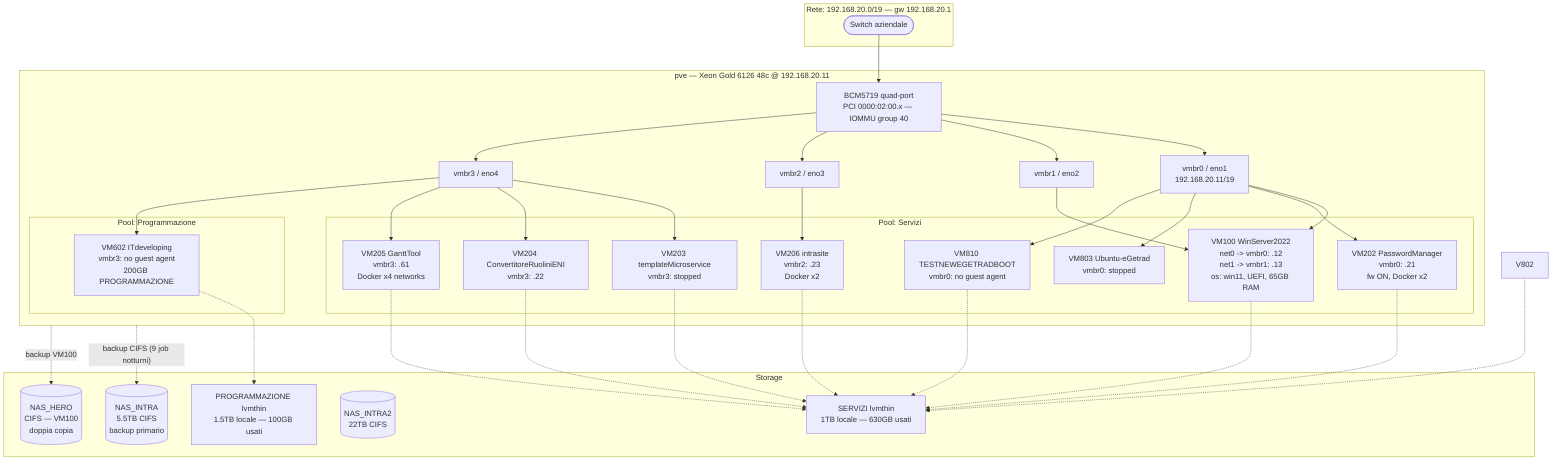
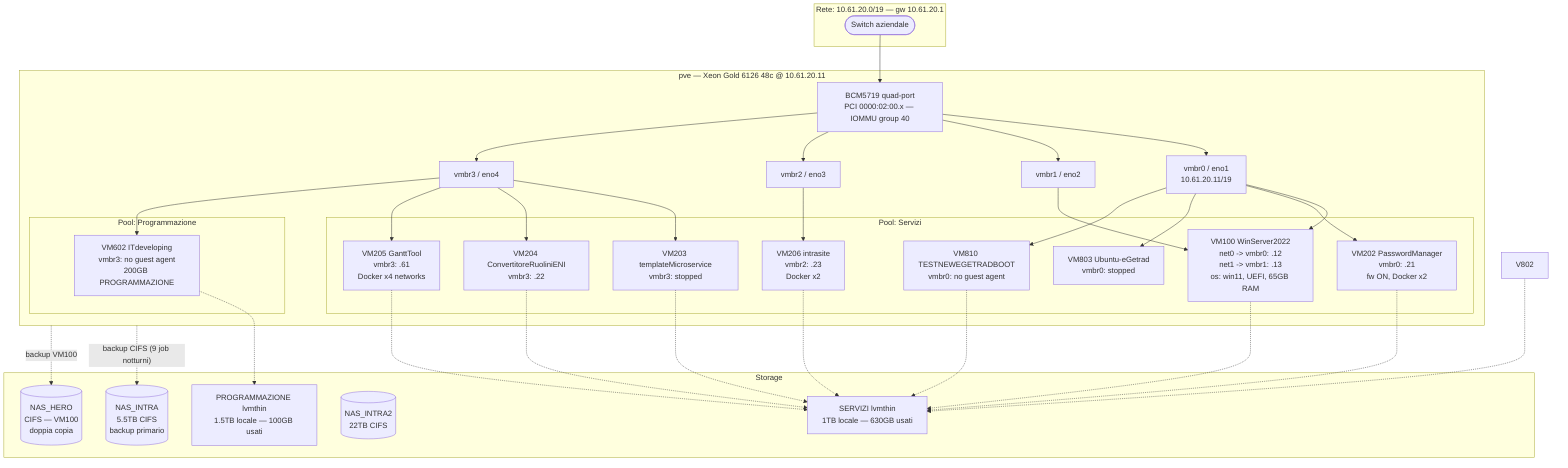
---
description: Topologia di rete Proxmox VE - Intrawelt
source: output/proxmox-config.md (snapshot 2026-06-19)
- node: pve @ 192.168.20.11
- subnet: 192.168.20.0/19, gw 192.168.20.1
+ node: pve @ 10.61.20.11
+ subnet: 10.61.20.0/19, gw 10.61.20.1
---

graph TB
-     subgraph NET["Rete: 192.168.20.0/19 — gw 192.168.20.1"]
+     subgraph NET["Rete: 10.61.20.0/19 — gw 10.61.20.1"]
        SW([Switch aziendale])
    end

-     subgraph PVE["pve — Xeon Gold 6126 48c @ 192.168.20.11"]
+     subgraph PVE["pve — Xeon Gold 6126 48c @ 10.61.20.11"]
        BCM["BCM5719 quad-port\nPCI 0000:02:00.x — IOMMU group 40"]

-         B0["vmbr0 / eno1\n192.168.20.11/19"]
+         B0["vmbr0 / eno1\n10.61.20.11/19"]
        B1["vmbr1 / eno2"]
        B2["vmbr2 / eno3"]
        B3["vmbr3 / eno4"]

        BCM --> B0 & B1 & B2 & B3

        subgraph PS["Pool: Servizi"]
            V100["VM100 WinServer2022\nnet0 -&gt; vmbr0: .12\nnet1 -&gt; vmbr1: .13\nos: win11, UEFI, 65GB RAM"]
            V202["VM202 PasswordManager\nvmbr0: .21\nfw ON, Docker x2"]
            V803["VM803 Ubuntu-eGetrad\nvmbr0: stopped"]
            V810["VM810 TESTNEWEGETRADBOOT\nvmbr0: no guest agent"]
            V203["VM203 templateMicroservice\nvmbr3: stopped"]
            V204["VM204 ConvertitoreRuoliniENI\nvmbr3: .22"]
            V205["VM205 GanttTool\nvmbr3: .61\nDocker x4 networks"]
            V206["VM206 intrasite\nvmbr2: .23\nDocker x2"]
        end

        subgraph PP["Pool: Programmazione"]
            V602["VM602 ITdeveloping\nvmbr3: no guest agent\n200GB PROGRAMMAZIONE"]
        end

        B0 --> V100 & V202 & V803 & V810
        B1 --> V100
        B2 --> V206
        B3 --> V203 & V204 & V205 & V602
    end

    subgraph STOR["Storage"]
        SLVM["SERVIZI lvmthin\n1TB locale — 630GB usati"]
        PLVM["PROGRAMMAZIONE lvmthin\n1.5TB locale — 100GB usati"]
        NI[("NAS_INTRA\n5.5TB CIFS\nbackup primario")]
        NI2[("NAS_INTRA2\n22TB CIFS")]
        NH[("NAS_HERO\nCIFS — VM100\ndoppia copia")]
    end

    SW --> BCM
    PVE -. "backup CIFS (9 job notturni)" .-> NI
    PVE -. "backup VM100" .-> NH
    V100 & V202 & V203 & V204 & V205 & V206 & V802 & V810 -.-> SLVM
    V602 -.-> PLVM
